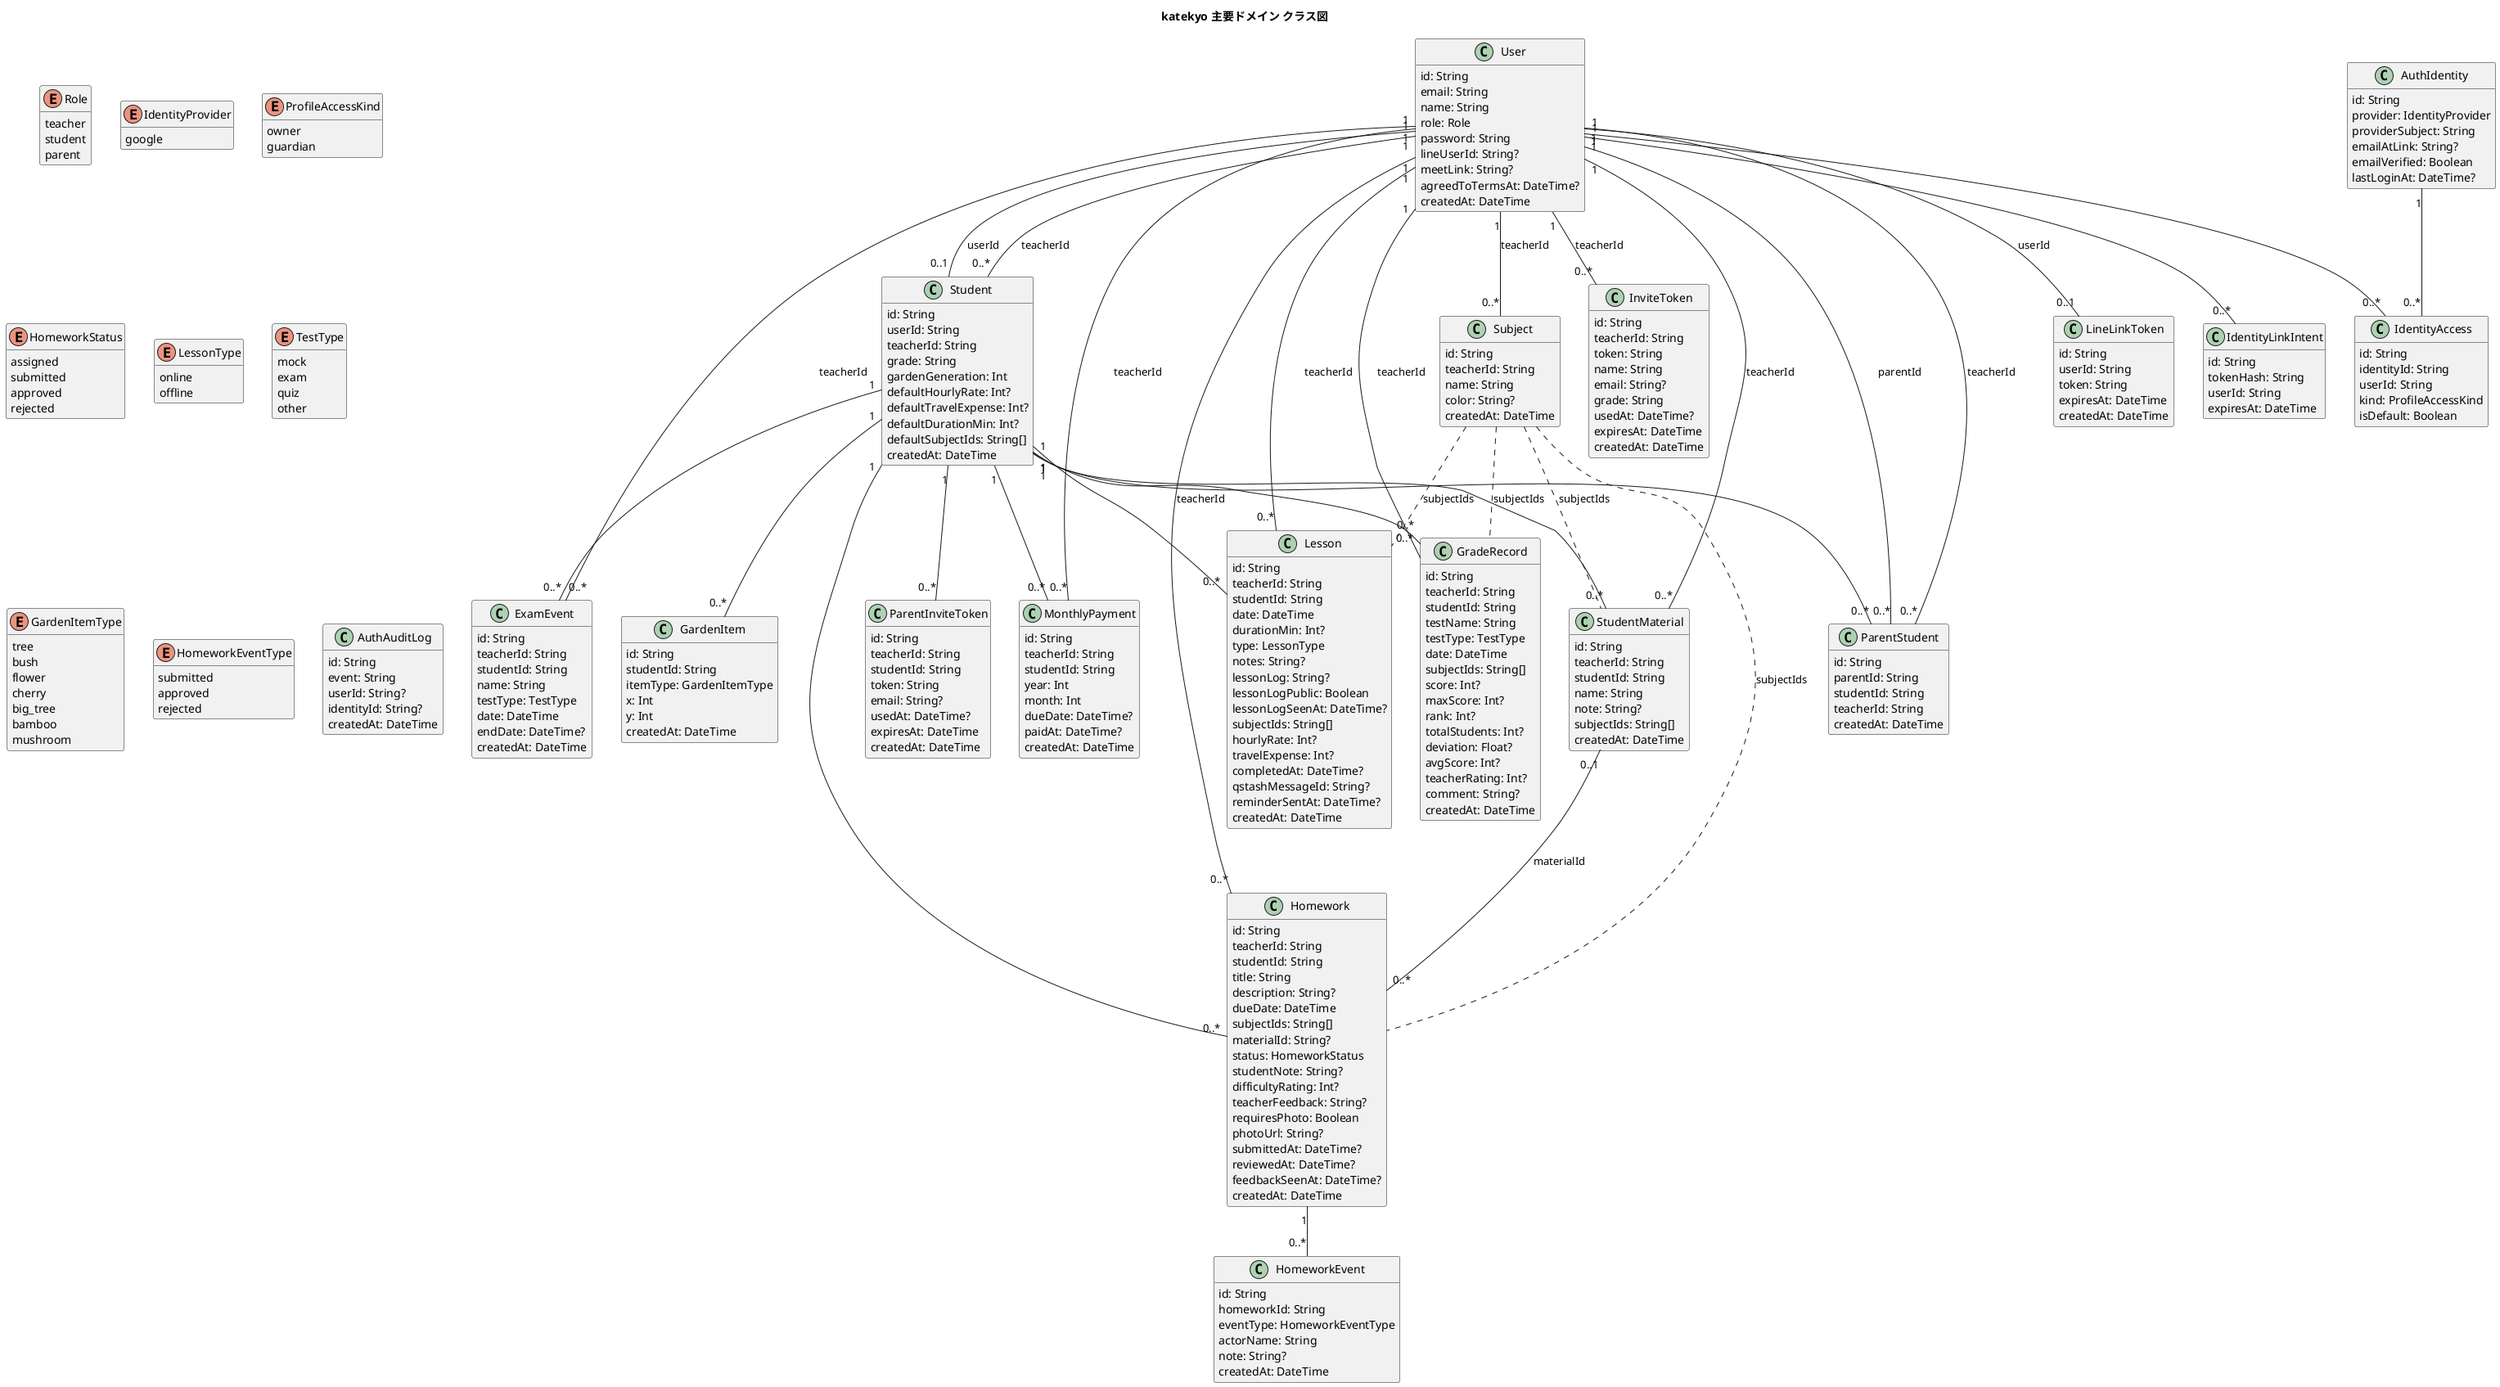
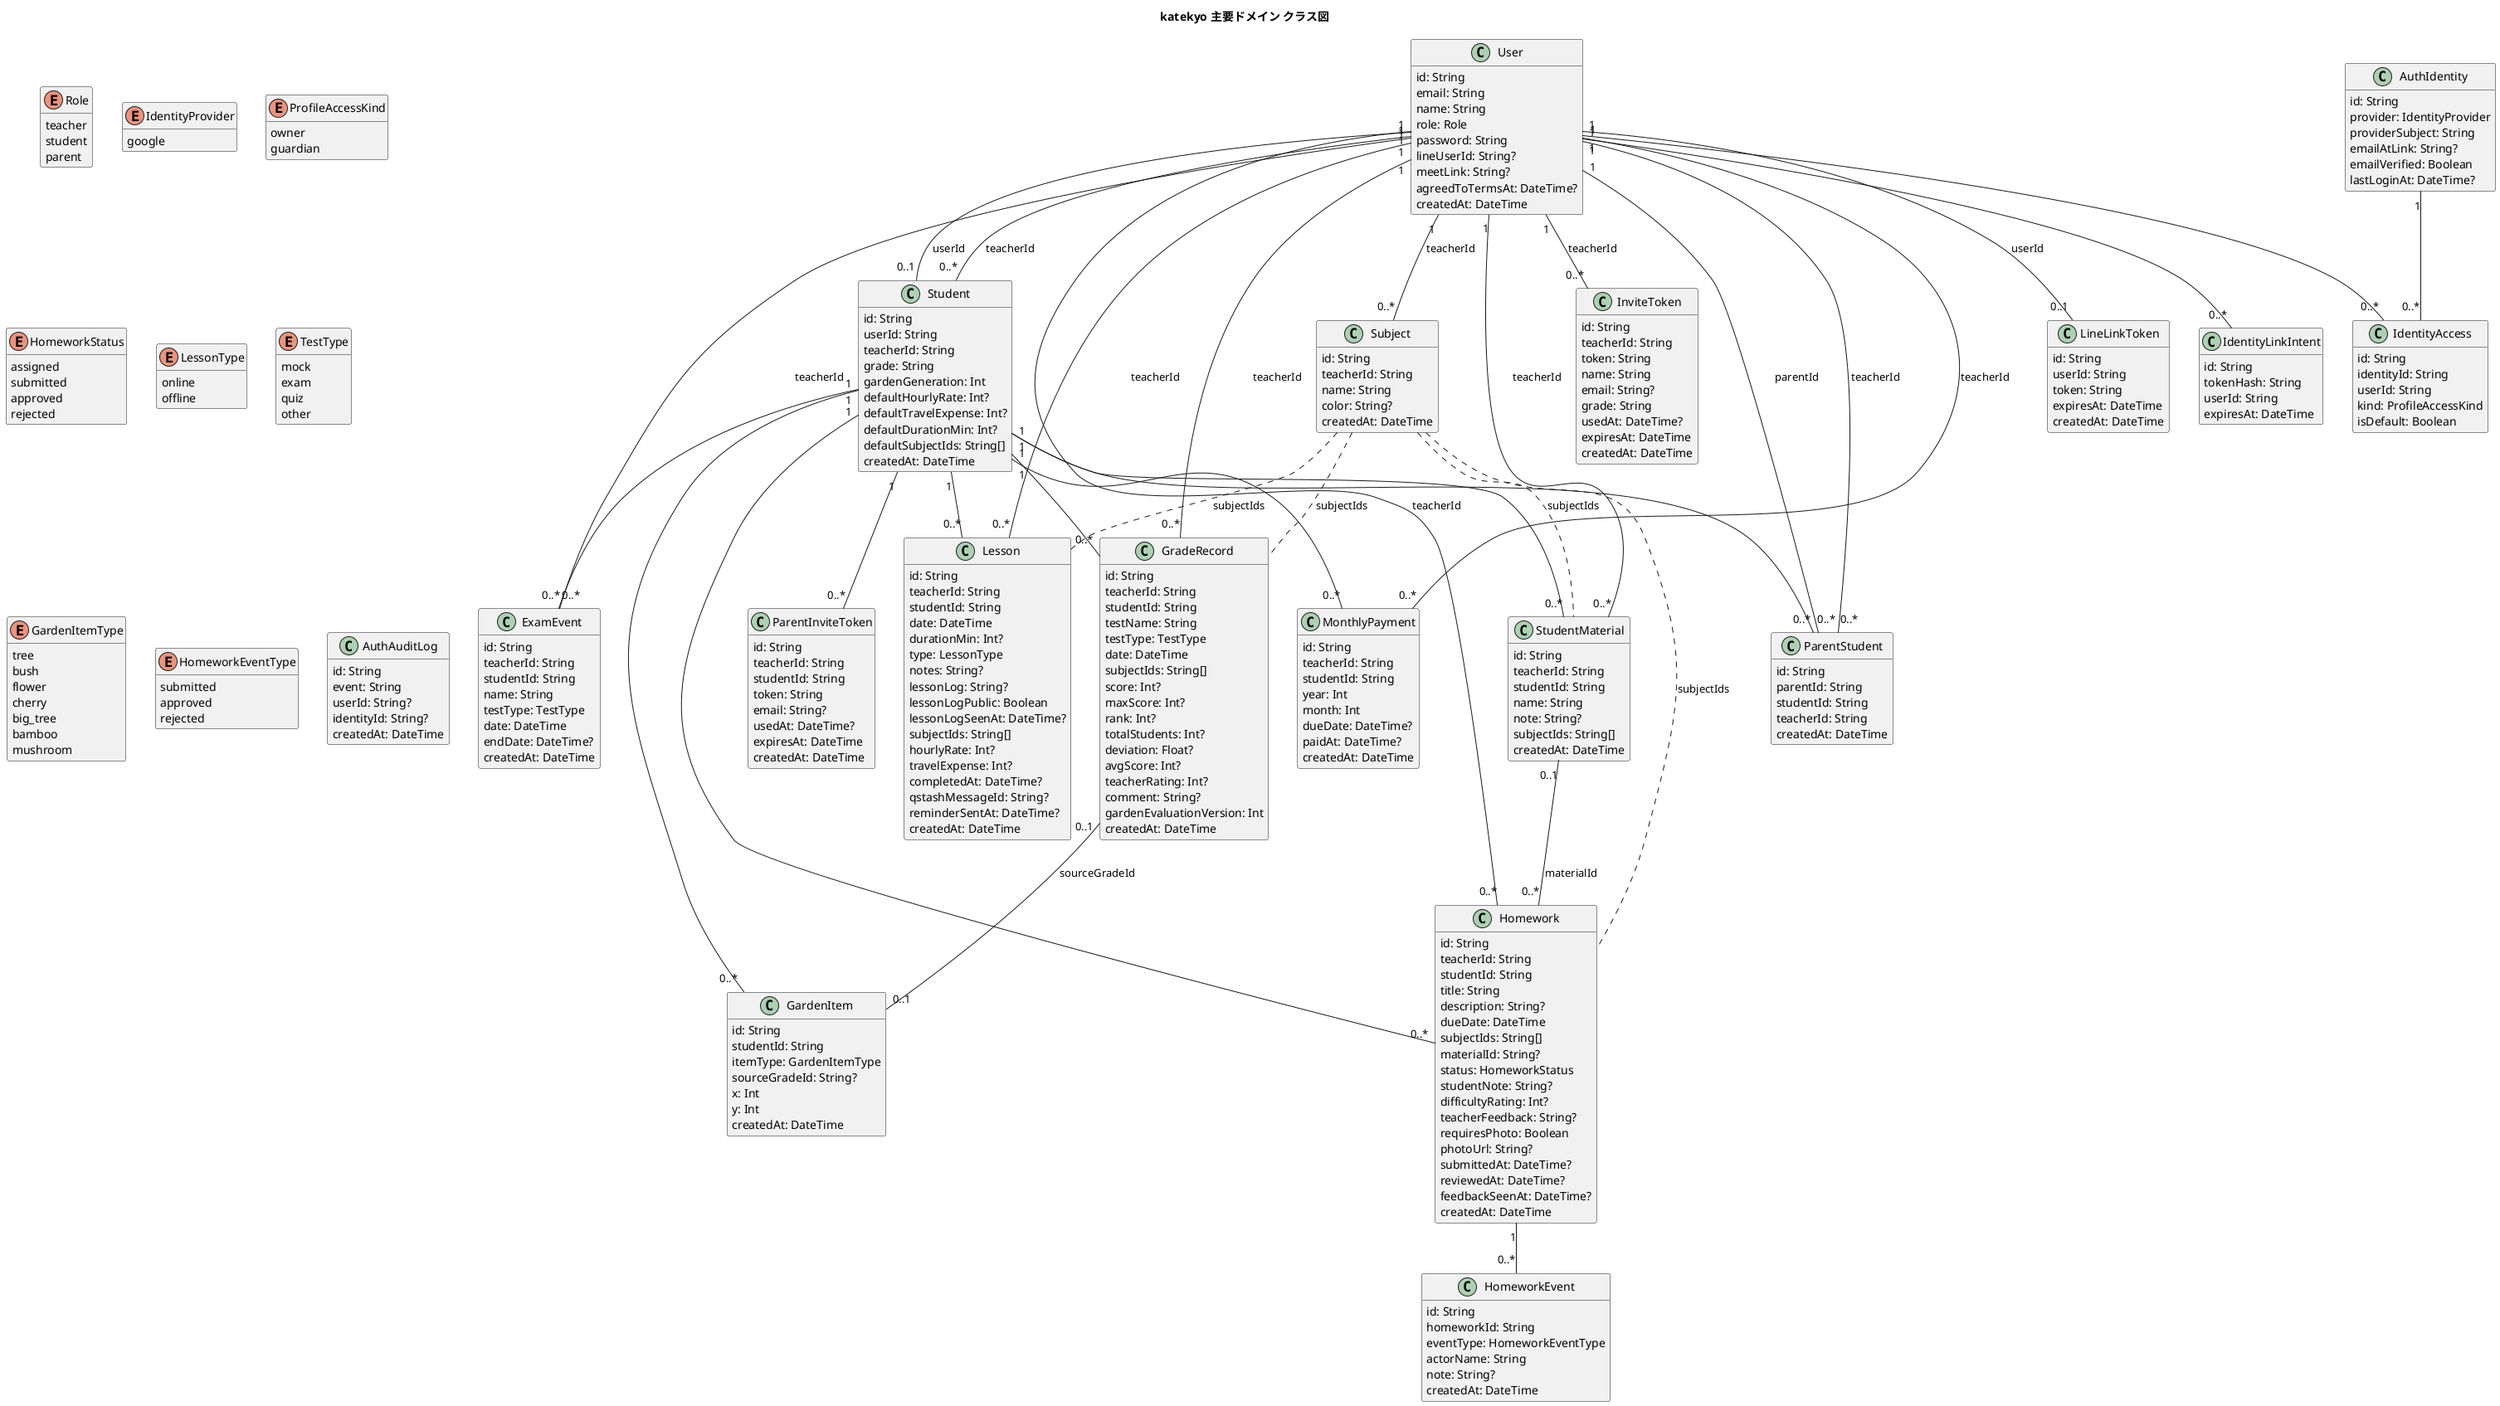
@startuml
' Related: NFR-SEC-01, all domain FR/BR identifiers
title katekyo 主要ドメイン クラス図
hide methods
skinparam classAttributeIconSize 0

enum Role {
  teacher
  student
  parent
}

enum IdentityProvider {
  google
}

enum ProfileAccessKind {
  owner
  guardian
}

enum HomeworkStatus {
  assigned
  submitted
  approved
  rejected
}

enum LessonType {
  online
  offline
}

enum TestType {
  mock
  exam
  quiz
  other
}

enum GardenItemType {
  tree
  bush
  flower
  cherry
  big_tree
  bamboo
  mushroom
}

enum HomeworkEventType {
  submitted
  approved
  rejected
}

class User {
  id: String
  email: String
  name: String
  role: Role
  password: String
  lineUserId: String?
  meetLink: String?
  agreedToTermsAt: DateTime?
  createdAt: DateTime
}

class Student {
  id: String
  userId: String
  teacherId: String
  grade: String
  gardenGeneration: Int
  defaultHourlyRate: Int?
  defaultTravelExpense: Int?
  defaultDurationMin: Int?
  defaultSubjectIds: String[]
  createdAt: DateTime
}

class Homework {
  id: String
  teacherId: String
  studentId: String
  title: String
  description: String?
  dueDate: DateTime
  subjectIds: String[]
  materialId: String?
  status: HomeworkStatus
  studentNote: String?
  difficultyRating: Int?
  teacherFeedback: String?
  requiresPhoto: Boolean
  photoUrl: String?
  submittedAt: DateTime?
  reviewedAt: DateTime?
  feedbackSeenAt: DateTime?
  createdAt: DateTime
}

class HomeworkEvent {
  id: String
  homeworkId: String
  eventType: HomeworkEventType
  actorName: String
  note: String?
  createdAt: DateTime
}

class Lesson {
  id: String
  teacherId: String
  studentId: String
  date: DateTime
  durationMin: Int?
  type: LessonType
  notes: String?
  lessonLog: String?
  lessonLogPublic: Boolean
  lessonLogSeenAt: DateTime?
  subjectIds: String[]
  hourlyRate: Int?
  travelExpense: Int?
  completedAt: DateTime?
  qstashMessageId: String?
  reminderSentAt: DateTime?
  createdAt: DateTime
}

class GradeRecord {
  id: String
  teacherId: String
  studentId: String
  testName: String
  testType: TestType
  date: DateTime
  subjectIds: String[]
  score: Int?
  maxScore: Int?
  rank: Int?
  totalStudents: Int?
  deviation: Float?
  avgScore: Int?
  teacherRating: Int?
  comment: String?
+   gardenEvaluationVersion: Int
  createdAt: DateTime
}

class ExamEvent {
  id: String
  teacherId: String
  studentId: String
  name: String
  testType: TestType
  date: DateTime
  endDate: DateTime?
  createdAt: DateTime
}

class GardenItem {
  id: String
  studentId: String
  itemType: GardenItemType
+   sourceGradeId: String?
  x: Int
  y: Int
  createdAt: DateTime
}

class StudentMaterial {
  id: String
  teacherId: String
  studentId: String
  name: String
  note: String?
  subjectIds: String[]
  createdAt: DateTime
}

class Subject {
  id: String
  teacherId: String
  name: String
  color: String?
  createdAt: DateTime
}

class InviteToken {
  id: String
  teacherId: String
  token: String
  name: String
  email: String?
  grade: String
  usedAt: DateTime?
  expiresAt: DateTime
  createdAt: DateTime
}

class ParentInviteToken {
  id: String
  teacherId: String
  studentId: String
  token: String
  email: String?
  usedAt: DateTime?
  expiresAt: DateTime
  createdAt: DateTime
}

class ParentStudent {
  id: String
  parentId: String
  studentId: String
  teacherId: String
  createdAt: DateTime
}

class MonthlyPayment {
  id: String
  teacherId: String
  studentId: String
  year: Int
  month: Int
  dueDate: DateTime?
  paidAt: DateTime?
  createdAt: DateTime
}

class LineLinkToken {
  id: String
  userId: String
  token: String
  expiresAt: DateTime
  createdAt: DateTime
}

class AuthIdentity {
  id: String
  provider: IdentityProvider
  providerSubject: String
  emailAtLink: String?
  emailVerified: Boolean
  lastLoginAt: DateTime?
}

class IdentityAccess {
  id: String
  identityId: String
  userId: String
  kind: ProfileAccessKind
  isDefault: Boolean
}

class IdentityLinkIntent {
  id: String
  tokenHash: String
  userId: String
  expiresAt: DateTime
}

class AuthAuditLog {
  id: String
  event: String
  userId: String?
  identityId: String?
  createdAt: DateTime
}

User "1" -- "0..*" Student : teacherId
User "1" -- "0..1" Student : userId
User "1" -- "0..*" InviteToken : teacherId
User "1" -- "0..*" Subject : teacherId
User "1" -- "0..*" Homework : teacherId
User "1" -- "0..*" Lesson : teacherId
User "1" -- "0..*" GradeRecord : teacherId
User "1" -- "0..*" ExamEvent : teacherId
User "1" -- "0..*" StudentMaterial : teacherId
User "1" -- "0..*" MonthlyPayment : teacherId
User "1" -- "0..1" LineLinkToken : userId
AuthIdentity "1" -- "0..*" IdentityAccess
User "1" -- "0..*" IdentityAccess
User "1" -- "0..*" IdentityLinkIntent

Student "1" -- "0..*" Homework
Student "1" -- "0..*" Lesson
Student "1" -- "0..*" GradeRecord
Student "1" -- "0..*" ExamEvent
Student "1" -- "0..*" GardenItem
+ GradeRecord "0..1" -- "0..1" GardenItem : sourceGradeId
Student "1" -- "0..*" StudentMaterial
Student "1" -- "0..*" MonthlyPayment
Student "1" -- "0..*" ParentInviteToken

Homework "1" -- "0..*" HomeworkEvent
StudentMaterial "0..1" -- "0..*" Homework : materialId

User "1" -- "0..*" ParentStudent : parentId
Student "1" -- "0..*" ParentStudent
User "1" -- "0..*" ParentStudent : teacherId

Subject .. Homework : subjectIds
Subject .. Lesson : subjectIds
Subject .. GradeRecord : subjectIds
Subject .. StudentMaterial : subjectIds
@enduml
